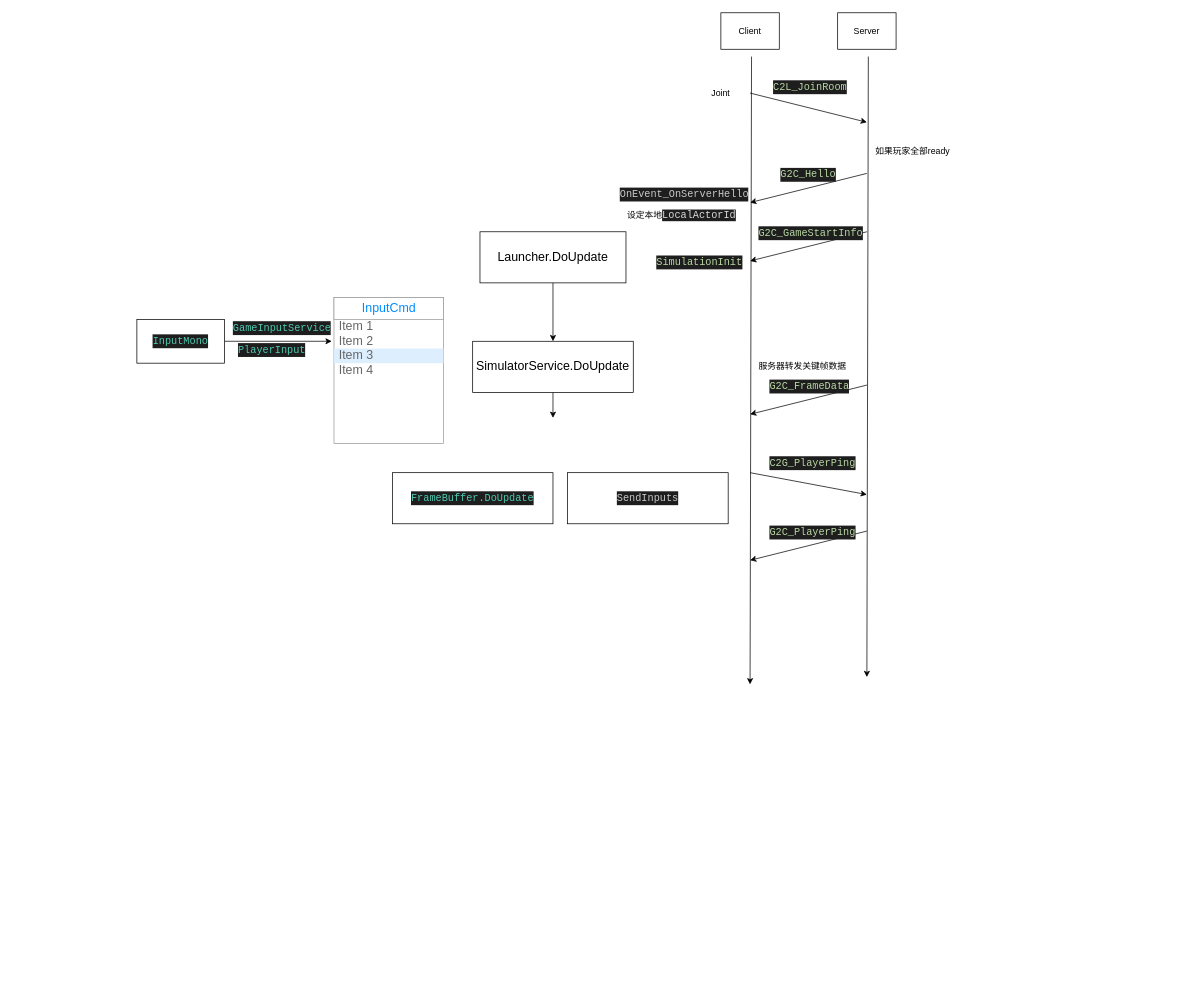
Above: Unity/Doc/LockstepPipeline.drawio in BUGyyc/LSGameCore (draw.io), before the change. Source tidied: cells renumbered, new cells numbered last; positions are measured from the earlier drawing's top-left corner, leaving out a move shared by most shapes. Both pictures are drawn from the tidied source at 73%, with x=0, y=0 at pixel (137, 12).
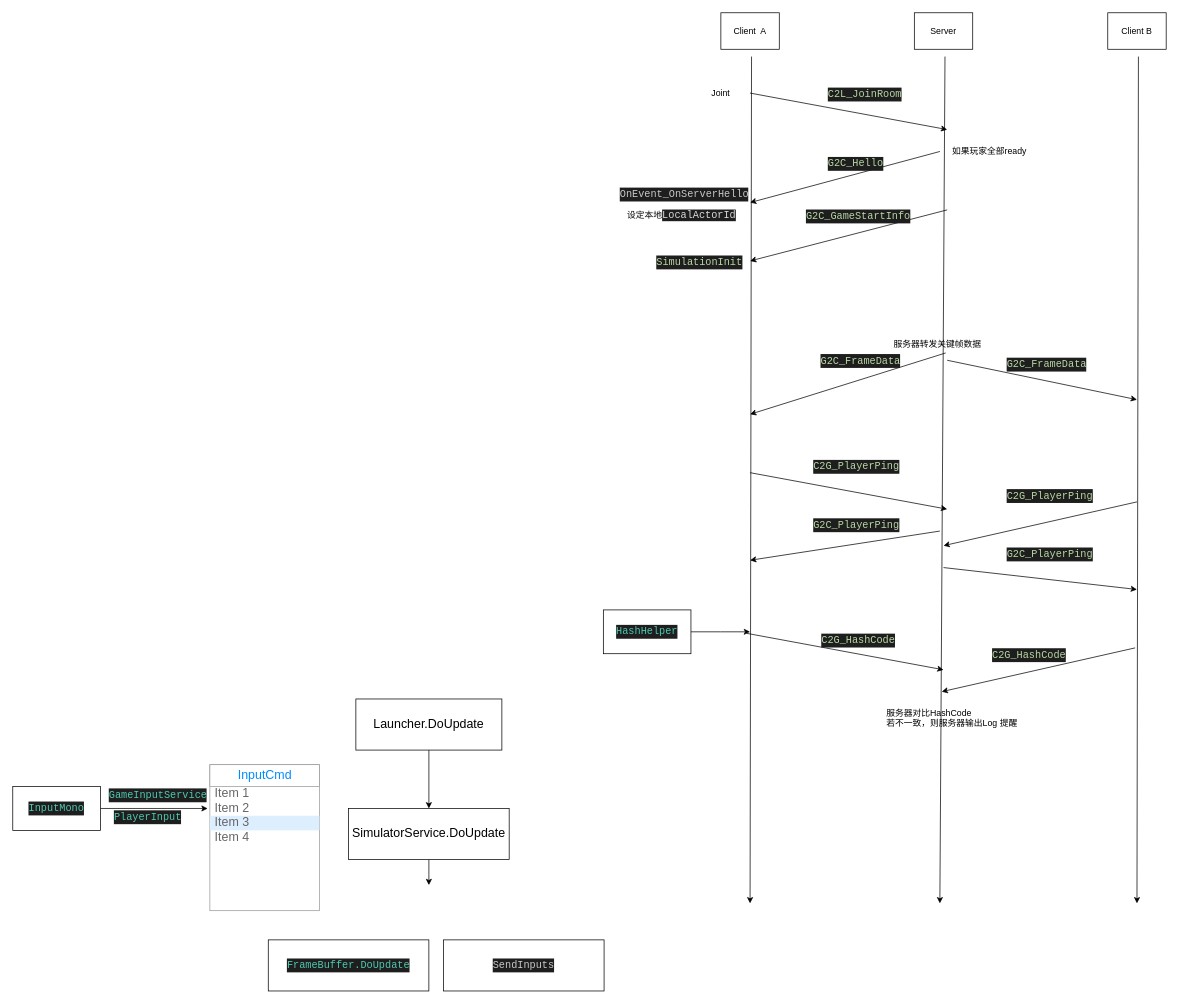
After the change.

Diff of the diagram source:
```diff
@@
     <mxCell id="2" style="endArrow=classic;html=1;" parent="1" edge="1">
       <mxGeometry relative="1" as="geometry">
-        <mxPoint x="1002" y="60" as="sourcePoint" />
-        <mxPoint x="1000" y="910" as="targetPoint" />
+        <mxPoint x="1107" y="60" as="sourcePoint" />
+        <mxPoint x="1100" y="1220" as="targetPoint" />
       </mxGeometry>
     </mxCell>
     <mxCell id="3" style="endArrow=classic;html=1;" parent="1" edge="1">
       <mxGeometry relative="1" as="geometry">
         <mxPoint x="842" y="60" as="sourcePoint" />
-        <mxPoint x="840" y="920" as="targetPoint" />
+        <mxPoint x="840" y="1220" as="targetPoint" />
       </mxGeometry>
     </mxCell>
-    <mxCell id="4" value="Client" style="rounded=0;whiteSpace=wrap;html=1;" parent="1" vertex="1">
+    <mxCell id="4" value="Client&amp;nbsp; A" style="rounded=0;whiteSpace=wrap;html=1;" parent="1" vertex="1">
       <mxGeometry x="800" width="80" height="50" as="geometry" />
     </mxCell>
     <mxCell id="5" value="Server" style="rounded=0;whiteSpace=wrap;html=1;" parent="1" vertex="1">
-      <mxGeometry x="960" width="80" height="50" as="geometry" />
+      <mxGeometry x="1065" width="80" height="50" as="geometry" />
     </mxCell>
@@
     <mxCell id="7" style="endArrow=classic;html=1;" parent="1" edge="1">
       <mxGeometry relative="1" as="geometry">
         <mxPoint x="840" y="110" as="sourcePoint" />
-        <mxPoint x="1000" y="150" as="targetPoint" />
+        <mxPoint x="1110" y="160" as="targetPoint" />
       </mxGeometry>
     </mxCell>
     <mxCell id="8" value="&lt;div style=&quot;color: rgb(212 , 212 , 212) ; background-color: rgb(30 , 30 , 30) ; font-family: &amp;#34;consolas&amp;#34; , &amp;#34;courier new&amp;#34; , monospace ; font-size: 14px ; line-height: 19px ; white-space: pre&quot;&gt;&lt;span style=&quot;color: #b8d7a3&quot;&gt;C2L_JoinRoom&lt;/span&gt;&lt;/div&gt;" style="text;html=1;align=left;verticalAlign=top;spacingTop=-4;" parent="1" vertex="1">
-      <mxGeometry x="870" y="90" width="110" height="20" as="geometry" />
+      <mxGeometry x="945" y="100" width="110" height="20" as="geometry" />
     </mxCell>
     <mxCell id="9" style="endArrow=classic;html=1;" parent="1" edge="1">
       <mxGeometry relative="1" as="geometry">
-        <mxPoint x="1000" y="300" as="sourcePoint" />
+        <mxPoint x="1110" y="270" as="sourcePoint" />
         <mxPoint x="840" y="340" as="targetPoint" />
       </mxGeometry>
     </mxCell>
     <mxCell id="10" value="如果玩家全部ready" style="text;html=1;align=left;verticalAlign=top;spacingTop=-4;" parent="1" vertex="1">
-      <mxGeometry x="1010" y="180" width="120" height="20" as="geometry" />
+      <mxGeometry x="1115" y="180" width="120" height="20" as="geometry" />
     </mxCell>
     <mxCell id="11" value="&lt;div style=&quot;color: rgb(212 , 212 , 212) ; background-color: rgb(30 , 30 , 30) ; font-family: &amp;#34;consolas&amp;#34; , &amp;#34;courier new&amp;#34; , monospace ; font-size: 14px ; line-height: 19px ; white-space: pre&quot;&gt;&lt;span style=&quot;color: #b8d7a3&quot;&gt;G2C_GameStartInfo&lt;/span&gt;&lt;/div&gt;" style="text;html=1;align=left;verticalAlign=top;spacingTop=-4;" parent="1" vertex="1">
-      <mxGeometry x="850" y="290" width="150" height="20" as="geometry" />
+      <mxGeometry x="915" y="267" width="150" height="20" as="geometry" />
     </mxCell>
     <mxCell id="12" style="endArrow=classic;html=1;" parent="1" edge="1">
       <mxGeometry relative="1" as="geometry">
-        <mxPoint x="1000" y="220" as="sourcePoint" />
+        <mxPoint x="1100" y="190" as="sourcePoint" />
         <mxPoint x="840" y="260" as="targetPoint" />
       </mxGeometry>
     </mxCell>
     <mxCell id="13" value="&lt;div style=&quot;color: rgb(212 , 212 , 212) ; background-color: rgb(30 , 30 , 30) ; font-family: &amp;#34;consolas&amp;#34; , &amp;#34;courier new&amp;#34; , monospace ; font-size: 14px ; line-height: 19px ; white-space: pre&quot;&gt;&lt;div style=&quot;font-family: &amp;#34;consolas&amp;#34; , &amp;#34;courier new&amp;#34; , monospace ; line-height: 19px&quot;&gt;&lt;span style=&quot;color: #b8d7a3&quot;&gt;G2C_Hello&lt;/span&gt;&lt;/div&gt;&lt;/div&gt;" style="text;html=1;align=left;verticalAlign=top;spacingTop=-4;" parent="1" vertex="1">
-      <mxGeometry x="880" y="210" width="80" height="20" as="geometry" />
+      <mxGeometry x="945" y="195" width="80" height="20" as="geometry" />
     </mxCell>
@@
-    <mxCell id="17" style="edgeStyle=orthogonalEdgeStyle;rounded=0;jettySize=auto;html=1;" parent="1" edge="1" source="18">
+    <mxCell id="17" style="edgeStyle=orthogonalEdgeStyle;rounded=0;orthogonalLoop=1;jettySize=auto;html=1;" parent="1" edge="1">
       <mxGeometry relative="1" as="geometry">
-        <mxPoint x="267" y="450" as="targetPoint" />
+        <mxPoint x="-50" y="1090" as="sourcePoint" />
+        <mxPoint x="97" y="1090" as="targetPoint" />
       </mxGeometry>
     </mxCell>
     <mxCell id="18" value="&lt;div style=&quot;color: rgb(212 , 212 , 212) ; background-color: rgb(30 , 30 , 30) ; font-family: &amp;#34;consolas&amp;#34; , &amp;#34;courier new&amp;#34; , monospace ; font-size: 14px ; line-height: 19px ; white-space: pre&quot;&gt;&lt;span style=&quot;color: #4ec9b0&quot;&gt;InputMono&lt;/span&gt;&lt;/div&gt;" style="rounded=0;whiteSpace=wrap;html=1;" parent="1" vertex="1">
-      <mxGeometry y="420" width="120" height="60" as="geometry" />
+      <mxGeometry x="-170" y="1060" width="120" height="60" as="geometry" />
     </mxCell>
     <mxCell id="19" value="&lt;div style=&quot;color: rgb(212 , 212 , 212) ; background-color: rgb(30 , 30 , 30) ; font-family: &amp;#34;consolas&amp;#34; , &amp;#34;courier new&amp;#34; , monospace ; font-size: 14px ; line-height: 19px ; white-space: pre&quot;&gt;&lt;span style=&quot;color: #4ec9b0&quot;&gt;GameInputService&lt;/span&gt;&lt;/div&gt;" style="text;html=1;align=left;verticalAlign=top;spacingTop=-4;" parent="1" vertex="1">
-      <mxGeometry x="130" y="420" width="140" height="20" as="geometry" />
+      <mxGeometry x="-40" y="1060" width="140" height="20" as="geometry" />
     </mxCell>
     <mxCell id="20" value="&lt;div style=&quot;color: rgb(212 , 212 , 212) ; background-color: rgb(30 , 30 , 30) ; font-family: &amp;#34;consolas&amp;#34; , &amp;#34;courier new&amp;#34; , monospace ; font-size: 14px ; line-height: 19px ; white-space: pre&quot;&gt;&lt;span style=&quot;color: #4ec9b0&quot;&gt;PlayerInput&lt;/span&gt;&lt;/div&gt;" style="text;html=1;align=left;verticalAlign=top;spacingTop=-4;" parent="1" vertex="1">
-      <mxGeometry x="137" y="450" width="100" height="20" as="geometry" />
+      <mxGeometry x="-33" y="1090" width="100" height="20" as="geometry" />
     </mxCell>
     <mxCell id="21" style="strokeWidth=1;shadow=0;dashed=0;align=center;html=1;shape=mxgraph.mockup.forms.rrect;rSize=0;strokeColor=#999999;fillColor=#ffffff;" parent="1" vertex="1">
-      <mxGeometry x="270" y="390" width="150" height="200" as="geometry" />
+      <mxGeometry x="100" y="1030" width="150" height="200" as="geometry" />
     </mxCell>
@@
     <mxCell id="28" value="&lt;font style=&quot;font-size: 17px&quot;&gt;Launcher.DoUpdate&lt;/font&gt;" style="rounded=0;whiteSpace=wrap;html=1;" parent="1" vertex="1">
-      <mxGeometry x="470" y="300" width="200" height="70" as="geometry" />
+      <mxGeometry x="300" y="940" width="200" height="70" as="geometry" />
     </mxCell>
     <mxCell id="29" style="edgeStyle=orthogonalEdgeStyle;rounded=0;jettySize=auto;html=1;" parent="1" edge="1" source="30">
       <mxGeometry relative="1" as="geometry">
-        <mxPoint x="570" y="555" as="targetPoint" />
+        <mxPoint x="400" y="1195" as="targetPoint" />
       </mxGeometry>
     </mxCell>
     <mxCell id="30" value="&lt;font style=&quot;font-size: 17px&quot;&gt;SimulatorService.DoUpdate&lt;/font&gt;" style="rounded=0;whiteSpace=wrap;html=1;" parent="1" vertex="1">
-      <mxGeometry x="460" y="450" width="220" height="70" as="geometry" />
+      <mxGeometry x="290" y="1090" width="220" height="70" as="geometry" />
     </mxCell>
     <mxCell id="31" value="&lt;div style=&quot;color: rgb(212 , 212 , 212) ; background-color: rgb(30 , 30 , 30) ; font-family: &amp;#34;consolas&amp;#34; , &amp;#34;courier new&amp;#34; , monospace ; font-size: 14px ; line-height: 19px ; white-space: pre&quot;&gt;&lt;span style=&quot;color: #4ec9b0&quot;&gt;FrameBuffer.DoUpdate&lt;/span&gt;&lt;/div&gt;" style="rounded=0;whiteSpace=wrap;html=1;" parent="1" vertex="1">
-      <mxGeometry x="350" y="630" width="220" height="70" as="geometry" />
+      <mxGeometry x="180" y="1270" width="220" height="70" as="geometry" />
     </mxCell>
     <mxCell id="32" value="&lt;div style=&quot;color: rgb(212 , 212 , 212) ; background-color: rgb(30 , 30 , 30) ; font-family: &amp;#34;consolas&amp;#34; , &amp;#34;courier new&amp;#34; , monospace ; font-size: 14px ; line-height: 19px ; white-space: pre&quot;&gt;&lt;div style=&quot;font-family: &amp;#34;consolas&amp;#34; , &amp;#34;courier new&amp;#34; , monospace ; line-height: 19px&quot;&gt;&lt;span style=&quot;color: #c8c8c8&quot;&gt;SendInputs&lt;/span&gt;&lt;/div&gt;&lt;/div&gt;" style="rounded=0;whiteSpace=wrap;html=1;" parent="1" vertex="1">
-      <mxGeometry x="590" y="630" width="220" height="70" as="geometry" />
+      <mxGeometry x="420" y="1270" width="220" height="70" as="geometry" />
     </mxCell>
-    <mxCell id="33" style="endArrow=classic;html=1;" parent="1" edge="1">
+    <mxCell id="33" style="endArrow=classic;html=1;exitX=0.521;exitY=1.05;exitDx=0;exitDy=0;exitPerimeter=0;" parent="1" edge="1" source="35">
       <mxGeometry relative="1" as="geometry">
-        <mxPoint x="1000" y="510" as="sourcePoint" />
         <mxPoint x="840" y="550" as="targetPoint" />
       </mxGeometry>
     </mxCell>
     <mxCell id="34" value="&lt;div style=&quot;color: rgb(212 , 212 , 212) ; background-color: rgb(30 , 30 , 30) ; font-family: &amp;#34;consolas&amp;#34; , &amp;#34;courier new&amp;#34; , monospace ; font-size: 14px ; line-height: 19px ; white-space: pre&quot;&gt;&lt;div style=&quot;font-family: &amp;#34;consolas&amp;#34; , &amp;#34;courier new&amp;#34; , monospace ; line-height: 19px&quot;&gt;&lt;span style=&quot;color: #b8d7a3&quot;&gt;G2C_FrameData&lt;/span&gt;&lt;/div&gt;&lt;/div&gt;" style="text;html=1;align=left;verticalAlign=top;spacingTop=-4;" parent="1" vertex="1">
-      <mxGeometry x="865" y="500" width="120" height="20" as="geometry" />
+      <mxGeometry x="935" y="465" width="120" height="20" as="geometry" />
     </mxCell>
+    <mxCell id="40" value="&lt;div style=&quot;color: rgb(212 , 212 , 212) ; background-color: rgb(30 , 30 , 30) ; font-family: &amp;#34;consolas&amp;#34; , &amp;#34;courier new&amp;#34; , monospace ; font-size: 14px ; line-height: 19px ; white-space: pre&quot;&gt;&lt;div style=&quot;font-family: &amp;#34;consolas&amp;#34; , &amp;#34;courier new&amp;#34; , monospace ; line-height: 19px&quot;&gt;&lt;span style=&quot;color: #b8d7a3&quot;&gt;G2C_FrameData&lt;/span&gt;&lt;/div&gt;&lt;/div&gt;" style="text;html=1;align=left;verticalAlign=top;spacingTop=-4;" parent="1" vertex="1">
+      <mxGeometry x="1190" y="470" width="120" height="20" as="geometry" />
+    </mxCell>
     <mxCell id="35" value="服务器转发关键帧数据" style="text;html=1;points=[];align=left;verticalAlign=top;spacingTop=-4;" parent="1" vertex="1">
-      <mxGeometry x="850" y="475" width="140" height="20" as="geometry" />
+      <mxGeometry x="1035" y="445" width="140" height="20" as="geometry" />
     </mxCell>
     <mxCell id="36" style="endArrow=classic;html=1;" parent="1" edge="1">
       <mxGeometry relative="1" as="geometry">
         <mxPoint x="840" y="630" as="sourcePoint" />
-        <mxPoint x="1000" y="660" as="targetPoint" />
+        <mxPoint x="1110" y="680" as="targetPoint" />
       </mxGeometry>
     </mxCell>
     <mxCell id="37" value="&lt;div style=&quot;color: rgb(212 , 212 , 212) ; background-color: rgb(30 , 30 , 30) ; font-family: &amp;#34;consolas&amp;#34; , &amp;#34;courier new&amp;#34; , monospace ; font-size: 14px ; line-height: 19px ; white-space: pre&quot;&gt;&lt;div style=&quot;font-family: &amp;#34;consolas&amp;#34; , &amp;#34;courier new&amp;#34; , monospace ; line-height: 19px&quot;&gt;&lt;div style=&quot;font-family: &amp;#34;consolas&amp;#34; , &amp;#34;courier new&amp;#34; , monospace ; line-height: 19px&quot;&gt;&lt;span style=&quot;color: #b8d7a3&quot;&gt;C2G_PlayerPing&lt;/span&gt;&lt;/div&gt;&lt;/div&gt;&lt;/div&gt;" style="text;html=1;align=left;verticalAlign=top;spacingTop=-4;" parent="1" vertex="1">
-      <mxGeometry x="865" y="605" width="120" height="20" as="geometry" />
+      <mxGeometry x="925" y="610" width="120" height="20" as="geometry" />
     </mxCell>
     <mxCell id="38" style="endArrow=classic;html=1;" parent="1" edge="1">
       <mxGeometry relative="1" as="geometry">
-        <mxPoint x="1000" y="710" as="sourcePoint" />
+        <mxPoint x="1100" y="710" as="sourcePoint" />
         <mxPoint x="840" y="750" as="targetPoint" />
       </mxGeometry>
     </mxCell>
     <mxCell id="39" value="&lt;div style=&quot;color: rgb(212 , 212 , 212) ; background-color: rgb(30 , 30 , 30) ; font-family: &amp;#34;consolas&amp;#34; , &amp;#34;courier new&amp;#34; , monospace ; font-size: 14px ; line-height: 19px ; white-space: pre&quot;&gt;&lt;div style=&quot;font-family: &amp;#34;consolas&amp;#34; , &amp;#34;courier new&amp;#34; , monospace ; line-height: 19px&quot;&gt;&lt;div style=&quot;font-family: &amp;#34;consolas&amp;#34; , &amp;#34;courier new&amp;#34; , monospace ; line-height: 19px&quot;&gt;&lt;span style=&quot;color: #b8d7a3&quot;&gt;G2C_PlayerPing&lt;/span&gt;&lt;/div&gt;&lt;/div&gt;&lt;/div&gt;" style="text;html=1;align=left;verticalAlign=top;spacingTop=-4;" parent="1" vertex="1">
-      <mxGeometry x="865" y="700" width="120" height="20" as="geometry" />
+      <mxGeometry x="925" y="690" width="120" height="20" as="geometry" />
     </mxCell>
+    <mxCell id="41" style="endArrow=classic;html=1;" parent="1" edge="1">
+      <mxGeometry relative="1" as="geometry">
+        <mxPoint x="1372" y="60" as="sourcePoint" />
+        <mxPoint x="1370" y="1220" as="targetPoint" />
+      </mxGeometry>
+    </mxCell>
+    <mxCell id="42" value="Client B" style="rounded=0;whiteSpace=wrap;html=1;" parent="1" vertex="1">
+      <mxGeometry x="1330" width="80" height="50" as="geometry" />
+    </mxCell>
+    <mxCell id="43" style="endArrow=classic;html=1;" parent="1" edge="1">
+      <mxGeometry relative="1" as="geometry">
+        <mxPoint x="1110" y="476" as="sourcePoint" />
+        <mxPoint x="1370" y="530" as="targetPoint" />
+      </mxGeometry>
+    </mxCell>
+    <mxCell id="44" style="endArrow=classic;html=1;" parent="1" edge="1">
+      <mxGeometry relative="1" as="geometry">
+        <mxPoint x="1370" y="670" as="sourcePoint" />
+        <mxPoint x="1105" y="730" as="targetPoint" />
+      </mxGeometry>
+    </mxCell>
+    <mxCell id="45" value="&lt;div style=&quot;color: rgb(212 , 212 , 212) ; background-color: rgb(30 , 30 , 30) ; font-family: &amp;#34;consolas&amp;#34; , &amp;#34;courier new&amp;#34; , monospace ; font-size: 14px ; line-height: 19px ; white-space: pre&quot;&gt;&lt;div style=&quot;font-family: &amp;#34;consolas&amp;#34; , &amp;#34;courier new&amp;#34; , monospace ; line-height: 19px&quot;&gt;&lt;div style=&quot;font-family: &amp;#34;consolas&amp;#34; , &amp;#34;courier new&amp;#34; , monospace ; line-height: 19px&quot;&gt;&lt;span style=&quot;color: #b8d7a3&quot;&gt;C2G_PlayerPing&lt;/span&gt;&lt;/div&gt;&lt;/div&gt;&lt;/div&gt;" style="text;html=1;align=left;verticalAlign=top;spacingTop=-4;" parent="1" vertex="1">
+      <mxGeometry x="1190" y="650" width="120" height="20" as="geometry" />
+    </mxCell>
+    <mxCell id="46" style="endArrow=classic;html=1;" parent="1" edge="1">
+      <mxGeometry relative="1" as="geometry">
+        <mxPoint x="1105" y="760" as="sourcePoint" />
+        <mxPoint x="1370" y="790" as="targetPoint" />
+      </mxGeometry>
+    </mxCell>
+    <mxCell id="47" value="&lt;div style=&quot;color: rgb(212 , 212 , 212) ; background-color: rgb(30 , 30 , 30) ; font-family: &amp;#34;consolas&amp;#34; , &amp;#34;courier new&amp;#34; , monospace ; font-size: 14px ; line-height: 19px ; white-space: pre&quot;&gt;&lt;div style=&quot;font-family: &amp;#34;consolas&amp;#34; , &amp;#34;courier new&amp;#34; , monospace ; line-height: 19px&quot;&gt;&lt;div style=&quot;font-family: &amp;#34;consolas&amp;#34; , &amp;#34;courier new&amp;#34; , monospace ; line-height: 19px&quot;&gt;&lt;span style=&quot;color: #b8d7a3&quot;&gt;G2C_PlayerPing&lt;/span&gt;&lt;/div&gt;&lt;/div&gt;&lt;/div&gt;" style="text;html=1;align=left;verticalAlign=top;spacingTop=-4;" parent="1" vertex="1">
+      <mxGeometry x="1190" y="730" width="120" height="20" as="geometry" />
+    </mxCell>
+    <mxCell id="48" style="endArrow=classic;html=1;" parent="1" edge="1">
+      <mxGeometry relative="1" as="geometry">
+        <mxPoint x="835" y="850" as="sourcePoint" />
+        <mxPoint x="1105" y="900" as="targetPoint" />
+      </mxGeometry>
+    </mxCell>
+    <mxCell id="49" style="endArrow=classic;html=1;" parent="1" edge="1">
+      <mxGeometry relative="1" as="geometry">
+        <mxPoint x="1367.5" y="870" as="sourcePoint" />
+        <mxPoint x="1102.5" y="930" as="targetPoint" />
+      </mxGeometry>
+    </mxCell>
+    <mxCell id="50" value="服务器对比HashCode&lt;br&gt;若不一致，则服务器输出Log 提醒" style="text;html=1;align=left;verticalAlign=top;spacingTop=-4;" parent="1" vertex="1">
+      <mxGeometry x="1025" y="950" width="190" height="30" as="geometry" />
+    </mxCell>
+    <mxCell id="51" value="&lt;div style=&quot;color: rgb(212 , 212 , 212) ; background-color: rgb(30 , 30 , 30) ; font-family: &amp;#34;consolas&amp;#34; , &amp;#34;courier new&amp;#34; , monospace ; font-size: 14px ; line-height: 19px ; white-space: pre&quot;&gt;&lt;span style=&quot;color: #b8d7a3&quot;&gt;C2G_HashCode&lt;/span&gt;&lt;/div&gt;" style="text;html=1;align=left;verticalAlign=top;spacingTop=-4;" parent="1" vertex="1">
+      <mxGeometry x="936" y="848" width="110" height="20" as="geometry" />
+    </mxCell>
+    <mxCell id="52" value="&lt;div style=&quot;color: rgb(212 , 212 , 212) ; background-color: rgb(30 , 30 , 30) ; font-family: &amp;#34;consolas&amp;#34; , &amp;#34;courier new&amp;#34; , monospace ; font-size: 14px ; line-height: 19px ; white-space: pre&quot;&gt;&lt;span style=&quot;color: #b8d7a3&quot;&gt;C2G_HashCode&lt;/span&gt;&lt;/div&gt;" style="text;html=1;align=left;verticalAlign=top;spacingTop=-4;" parent="1" vertex="1">
+      <mxGeometry x="1170" y="868" width="110" height="20" as="geometry" />
+    </mxCell>
+    <mxCell id="53" style="edgeStyle=orthogonalEdgeStyle;rounded=0;jettySize=auto;html=1;" parent="1" edge="1" source="54">
+      <mxGeometry relative="1" as="geometry">
+        <mxPoint x="840" y="848" as="targetPoint" />
+      </mxGeometry>
+    </mxCell>
+    <mxCell id="54" value="&lt;div style=&quot;color: rgb(212 , 212 , 212) ; background-color: rgb(30 , 30 , 30) ; font-family: &amp;#34;consolas&amp;#34; , &amp;#34;courier new&amp;#34; , monospace ; font-size: 14px ; line-height: 19px ; white-space: pre&quot;&gt;&lt;span style=&quot;color: #4ec9b0&quot;&gt;HashHelper&lt;/span&gt;&lt;/div&gt;" style="rounded=0;whiteSpace=wrap;html=1;" parent="1" vertex="1">
+      <mxGeometry x="639" y="818" width="120" height="60" as="geometry" />
+    </mxCell>
```
